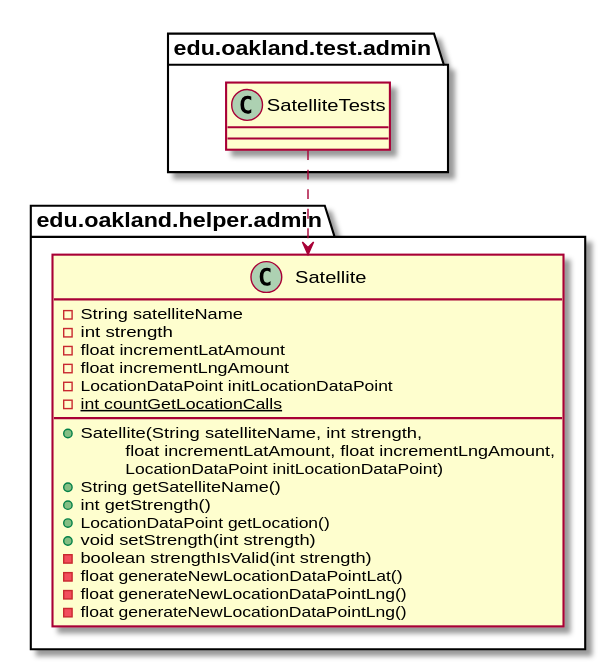
elilley15/csi-3370-software-project keeps this PlantUML diagram as docs/uml-class-diagrams/admin/test/SatelliteTests/SatelliteTests_DirectDependencies.svg. Above is the earlier version.
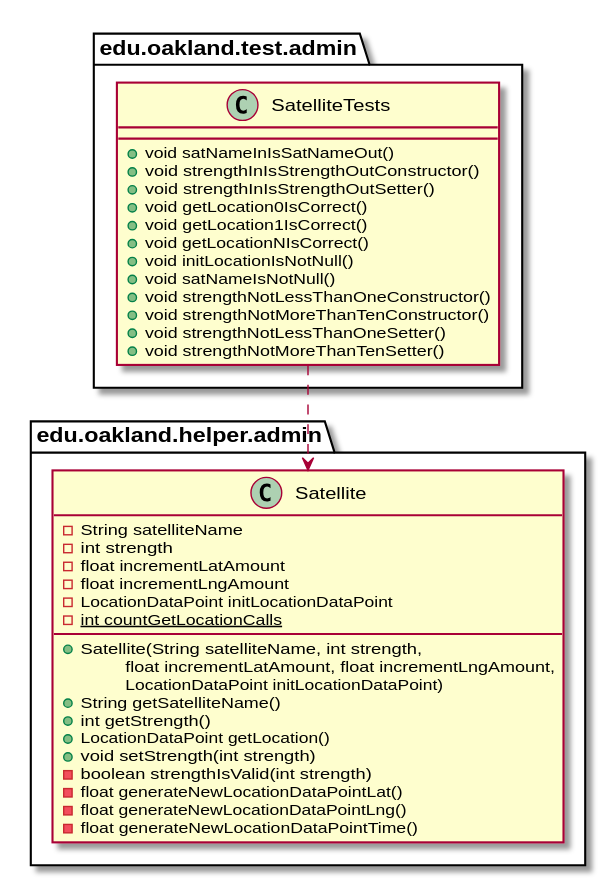
The same file after the commit.

What changed in the source:
```diff
@@ -3,7 +3,18 @@
 
 package edu.oakland.test.admin {
     class SatelliteTests {
-
+       + void satNameInIsSatNameOut()
+       + void strengthInIsStrengthOutConstructor()
+       + void strengthInIsStrengthOutSetter()
+       + void getLocation0IsCorrect()
+       + void getLocation1IsCorrect()
+       + void getLocationNIsCorrect()
+       + void initLocationIsNotNull()
+       + void satNameIsNotNull()
+       + void strengthNotLessThanOneConstructor()
+       + void strengthNotMoreThanTenConstructor()
+       + void strengthNotLessThanOneSetter()
+       + void strengthNotMoreThanTenSetter()
     }
 }
 
@@ -28,7 +39,7 @@
         - boolean strengthIsValid(int strength)
         - float generateNewLocationDataPointLat()
         - float generateNewLocationDataPointLng()
-        - float generateNewLocationDataPointLng()
+        - float generateNewLocationDataPointTime()
     }
 }
 
```
